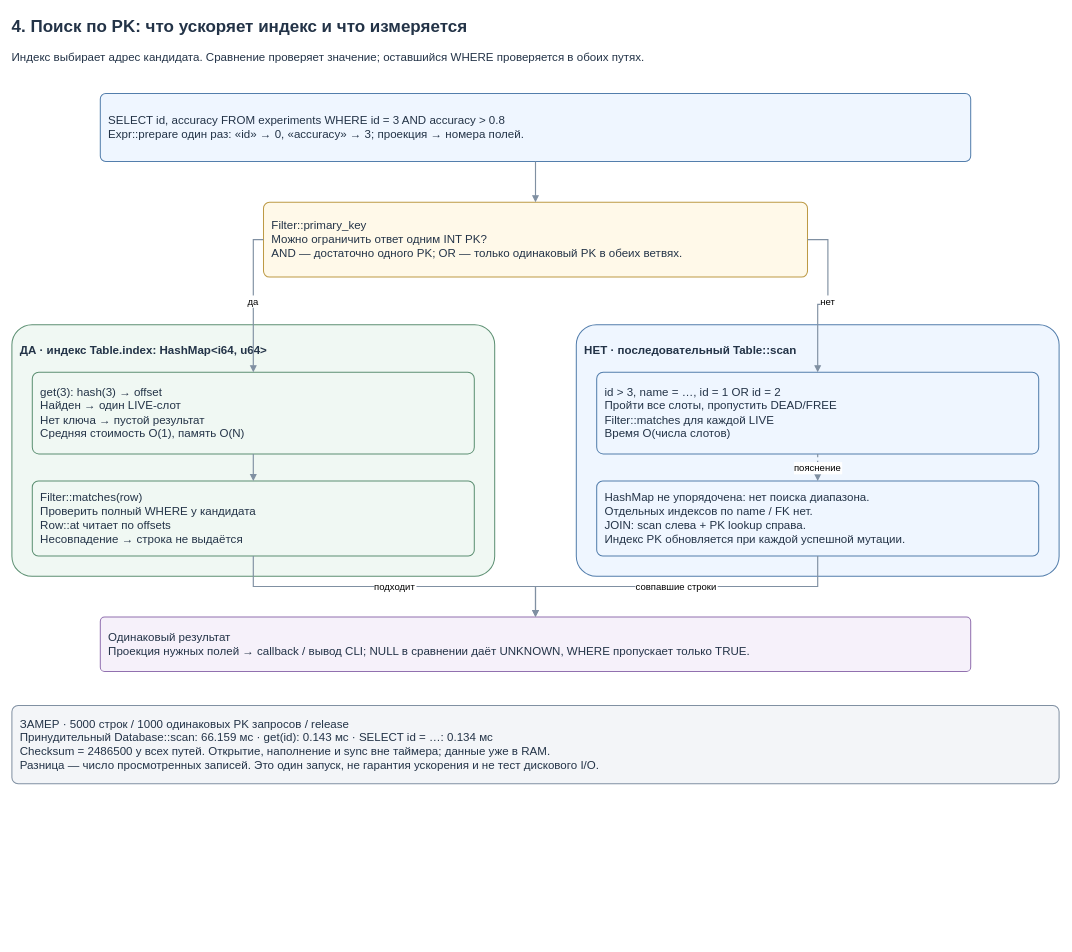
Above: docs/architecture/04-select.drawio in AI-paca/MiniDB (draw.io), before the change. Source tidied: cells renumbered, new cells numbered last; positions are measured from the earlier drawing's top-left corner, leaving out a move shared by most shapes. Both pictures are drawn from the tidied source at 68%, with x=0, y=0 at pixel (12, 12).
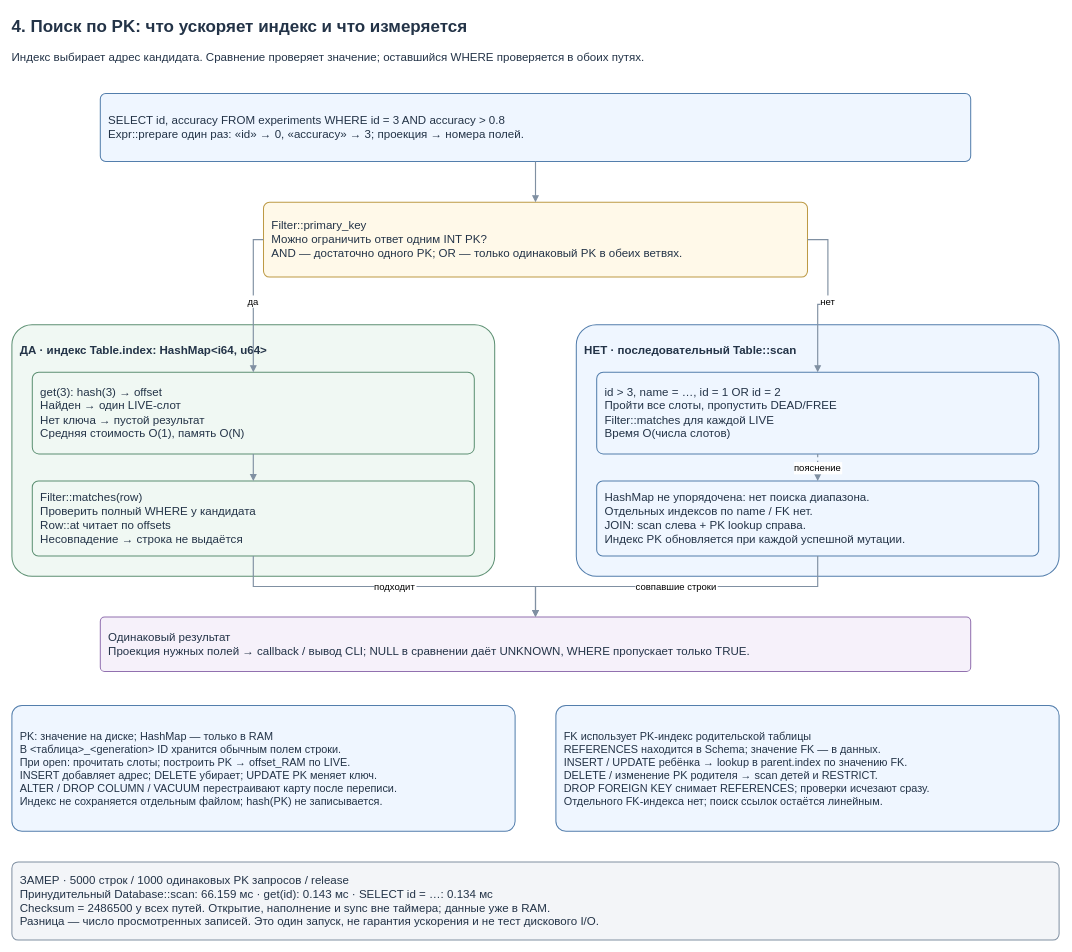
Above is the later version.

Commit message (it also covers changes not shown here):
Keep the report concise and merge persistence and index diagrams

Diff of the diagram source:
```diff
@@
+    <mxCell id="21" value="PK: значение на диске; HashMap — только в RAM&#10;В &lt;таблица&gt;_&lt;generation&gt; ID хранится обычным полем строки.&#10;При open: прочитать слоты; построить PK → offset_RAM по LIVE.&#10;INSERT добавляет адрес; DELETE убирает; UPDATE PK меняет ключ.&#10;ALTER / DROP COLUMN / VACUUM перестраивают карту после переписи.&#10;Индекс не сохраняется отдельным файлом; hash(PK) не записывается." style="rounded=1;arcSize=8;whiteSpace=wrap;html=0;fontFamily=Arial;fontSize=16;fontColor=#233347;spacing=12;align=left;verticalAlign=middle;fillColor=#eff6ff;strokeColor=#537eac;strokeWidth=1.5;" parent="1" vertex="1">
+      <mxGeometry y="1020" width="740" height="185" as="geometry" />
+    </mxCell>
+    <mxCell id="22" value="FK использует PK-индекс родительской таблицы&#10;REFERENCES находится в Schema; значение FK — в данных.&#10;INSERT / UPDATE ребёнка → lookup в parent.index по значению FK.&#10;DELETE / изменение PK родителя → scan детей и RESTRICT.&#10;DROP FOREIGN KEY снимает REFERENCES; проверки исчезают сразу.&#10;Отдельного FK-индекса нет; поиск ссылок остаётся линейным." style="rounded=1;arcSize=8;whiteSpace=wrap;html=0;fontFamily=Arial;fontSize=16;fontColor=#233347;spacing=12;align=left;verticalAlign=middle;fillColor=#eff6ff;strokeColor=#537eac;strokeWidth=1.5;" parent="1" vertex="1">
+      <mxGeometry x="800" y="1020" width="740" height="185" as="geometry" />
+    </mxCell>
     <mxCell id="13" value="ЗАМЕР · 5000 строк / 1000 одинаковых PK запросов / release&#10;Принудительный Database::scan: 66.159 мс · get(id): 0.143 мс · SELECT id = …: 0.134 мс&#10;Checksum = 2486500 у всех путей. Открытие, наполнение и sync вне таймера; данные уже в RAM.&#10;Разница — число просмотренных записей. Это один запуск, не гарантия ускорения и не тест дискового I/O." style="rounded=1;arcSize=8;whiteSpace=wrap;html=0;fontFamily=Arial;fontSize=17;fontColor=#233347;spacing=12;align=left;verticalAlign=middle;fillColor=#f3f5f8;strokeColor=#8090a2;strokeWidth=1.5;" parent="1" vertex="1">
-      <mxGeometry y="1020" width="1540" height="115" as="geometry" />
+      <mxGeometry y="1250" width="1540" height="115" as="geometry" />
     </mxCell>
```
